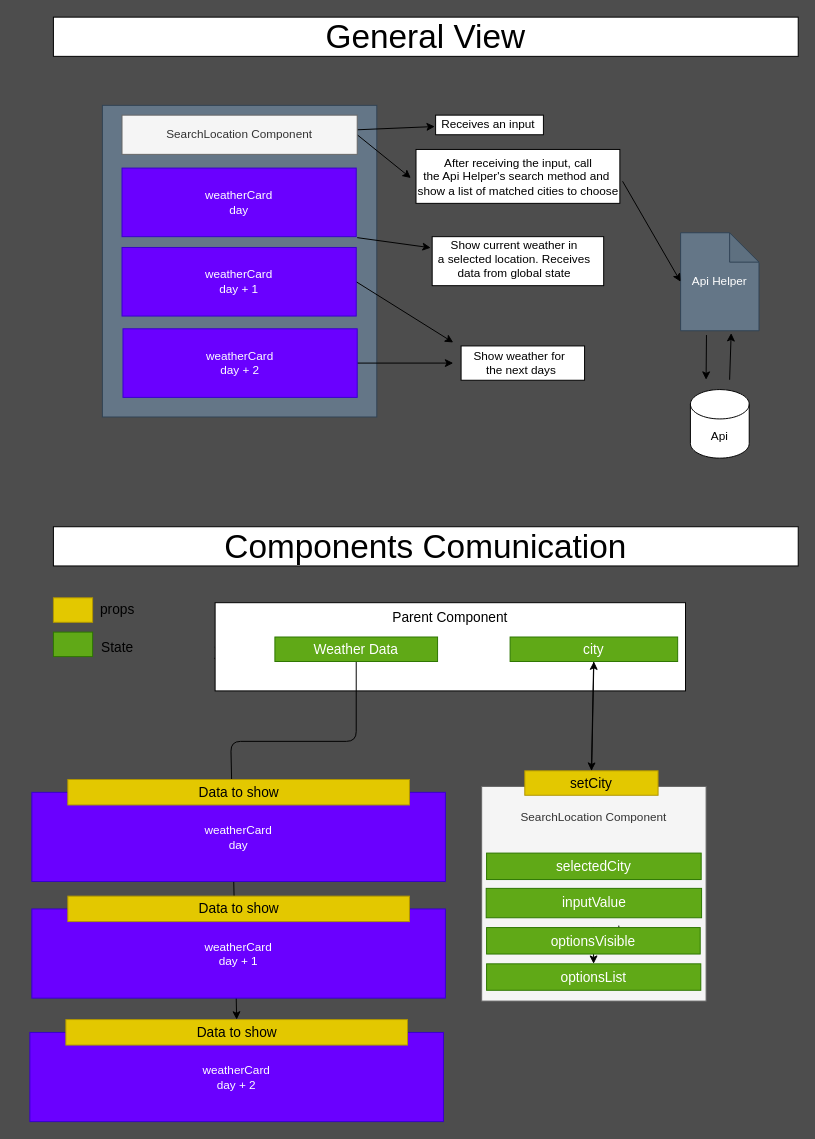
Before: documentation/flowchart.drawio in FelipeAnony/weather.io, a draw.io diagram. Source tidied: cells renumbered, new cells numbered last; positions are measured from the earlier drawing's top-left corner, leaving out a move shared by most shapes. Both pictures are drawn from the tidied source at 98%, with x=0, y=0 at pixel (29, 17).
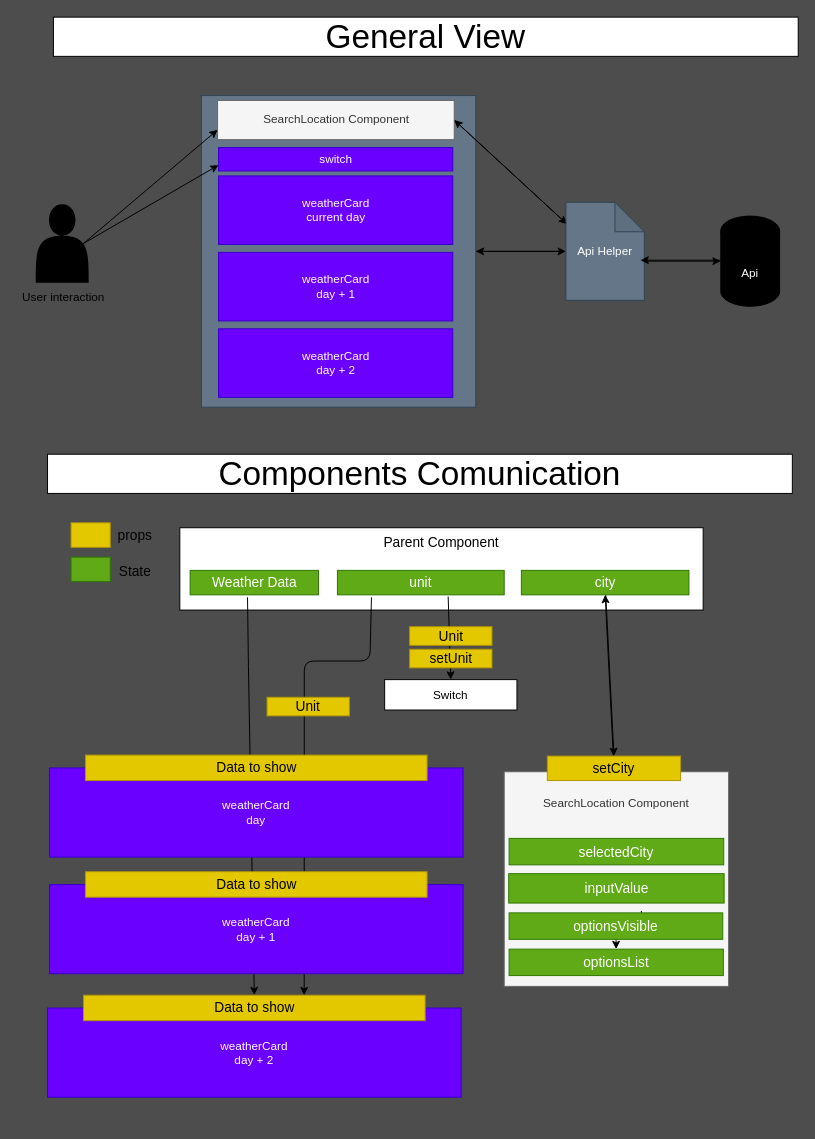
The same diagram, later.

Unchanged cells that the change refers to:
```xml
<mxCell id="50" value="Data to show" style="rounded=0;whiteSpace=wrap;html=1;fontSize=14;fillColor=#e3c800;fontColor=#000000;strokeColor=#B09500;rotation=0;" parent="49" vertex="1">
  <mxGeometry x="36.7" y="-13.1" width="348.6" height="26" as="geometry" />
</mxCell>
```

What changed in the source:
```diff
@@
-    <mxCell id="2" style="rounded=0;whiteSpace=wrap;html=1;" parent="1" vertex="1">
-      <mxGeometry x="440" y="335.5" width="126" height="35" as="geometry" />
-    </mxCell>
-    <mxCell id="3" style="rounded=0;whiteSpace=wrap;html=1;" parent="1" vertex="1">
-      <mxGeometry x="410.5" y="224" width="175" height="50" as="geometry" />
-    </mxCell>
-    <mxCell id="4" style="rounded=0;whiteSpace=wrap;html=1;" parent="1" vertex="1">
-      <mxGeometry x="414" y="100" width="110" height="20" as="geometry" />
-    </mxCell>
-    <mxCell id="5" style="rounded=0;whiteSpace=wrap;html=1;" parent="1" vertex="1">
-      <mxGeometry x="394" y="135" width="208" height="55" as="geometry" />
-    </mxCell>
+    <mxCell id="52" style="edgeStyle=none;html=1;" parent="1" edge="1" source="6" target="12">
+      <mxGeometry relative="1" as="geometry" />
+    </mxCell>
     <mxCell id="6" style="rounded=0;whiteSpace=wrap;html=1;spacingBottom=0;fillColor=#647687;strokeColor=#314354;fontColor=#ffffff;" parent="1" vertex="1">
-      <mxGeometry x="74" y="90" width="280" height="318" as="geometry" />
+      <mxGeometry x="175" y="80" width="280" height="318" as="geometry" />
     </mxCell>
-    <mxCell id="7" style="edgeStyle=none;html=1;entryX=-0.007;entryY=0.58;entryDx=0;entryDy=0;entryPerimeter=0;" parent="1" edge="1" source="9" target="13">
-      <mxGeometry relative="1" as="geometry" />
-    </mxCell>
-    <mxCell id="8" style="edgeStyle=none;html=1;exitX=1;exitY=0.5;exitDx=0;exitDy=0;entryX=-0.006;entryY=0.536;entryDx=0;entryDy=0;entryPerimeter=0;" parent="1" edge="1" source="9" target="18">
-      <mxGeometry relative="1" as="geometry" />
-    </mxCell>
+    <mxCell id="53" style="edgeStyle=none;html=1;entryX=0.013;entryY=0.222;entryDx=0;entryDy=0;entryPerimeter=0;exitX=1;exitY=0.5;exitDx=0;exitDy=0;" parent="1" edge="1" source="9" target="12">
+      <mxGeometry relative="1" as="geometry" />
+    </mxCell>
     <mxCell id="9" value="SearchLocation Component" style="rounded=0;whiteSpace=wrap;html=1;fillColor=#f5f5f5;strokeColor=#666666;fontColor=#333333;" parent="1" vertex="1">
-      <mxGeometry x="94" y="100" width="240" height="40" as="geometry" />
+      <mxGeometry x="191.5" y="85" width="241.5" height="40" as="geometry" />
     </mxCell>
-    <mxCell id="10" style="edgeStyle=none;html=1;exitX=1;exitY=0.5;exitDx=0;exitDy=0;" parent="1" edge="1" target="14">
-      <mxGeometry relative="1" as="geometry">
-        <mxPoint x="334" y="225" as="sourcePoint" />
-      </mxGeometry>
-    </mxCell>
-    <mxCell id="11" style="edgeStyle=none;html=1;exitX=0.33;exitY=1.044;exitDx=0;exitDy=0;exitPerimeter=0;" parent="1" edge="1" source="12">
+    <mxCell id="11" style="edgeStyle=none;html=1;entryX=0;entryY=0.5;entryDx=0;entryDy=0;entryPerimeter=0;" parent="1" edge="1" target="19">
       <mxGeometry relative="1" as="geometry">
-        <mxPoint x="690" y="370" as="targetPoint" />
+        <mxPoint x="628" y="249" as="sourcePoint" />
       </mxGeometry>
     </mxCell>
+    <mxCell id="54" style="edgeStyle=none;html=1;entryX=1;entryY=0.5;entryDx=0;entryDy=0;" parent="1" edge="1" target="6">
+      <mxGeometry relative="1" as="geometry">
+        <mxPoint x="543" y="239" as="sourcePoint" />
+      </mxGeometry>
+    </mxCell>
+    <mxCell id="55" style="edgeStyle=none;html=1;entryX=1;entryY=0.5;entryDx=0;entryDy=0;exitX=0.025;exitY=0.23;exitDx=0;exitDy=0;exitPerimeter=0;" parent="1" edge="1" source="12" target="9">
+      <mxGeometry relative="1" as="geometry" />
+    </mxCell>
     <mxCell id="12" value="Api Helper" style="shape=note;whiteSpace=wrap;html=1;backgroundOutline=1;darkOpacity=0.05;fillColor=#647687;fontColor=#ffffff;strokeColor=#314354;" parent="1" vertex="1">
-      <mxGeometry x="664" y="220" width="80" height="100" as="geometry" />
+      <mxGeometry x="547" y="189" width="80" height="100" as="geometry" />
     </mxCell>
-    <mxCell id="13" value="Receives an input&amp;nbsp;" style="text;html=1;align=center;verticalAlign=middle;points=[];strokeColor=none;fillColor=none;" parent="1" vertex="1">
-      <mxGeometry x="414" y="100" width="110" height="20" as="geometry" />
-    </mxCell>
-    <mxCell id="14" value="Show current weather in &lt;br&gt;a selected&amp;nbsp;location. Receives&lt;br&gt;data from global state" style="text;html=1;align=center;verticalAlign=middle;points=[];strokeColor=none;fillColor=none;" parent="1" vertex="1">
-      <mxGeometry x="409" y="222" width="170" height="50" as="geometry" />
-    </mxCell>
-    <mxCell id="15" style="edgeStyle=none;html=1;" parent="1" edge="1" source="46">
-      <mxGeometry relative="1" as="geometry">
-        <mxPoint x="432" y="353" as="targetPoint" />
-      </mxGeometry>
-    </mxCell>
-    <mxCell id="16" value="Show weather for&amp;nbsp;&lt;br&gt;the next days" style="text;html=1;align=center;verticalAlign=middle;strokeColor=none;fillColor=none;" parent="1" vertex="1">
-      <mxGeometry x="446" y="338" width="110" height="30" as="geometry" />
-    </mxCell>
-    <mxCell id="17" style="edgeStyle=none;html=1;entryX=0;entryY=0.5;entryDx=0;entryDy=0;entryPerimeter=0;exitX=0.999;exitY=0.608;exitDx=0;exitDy=0;exitPerimeter=0;" parent="1" edge="1" source="18" target="12">
-      <mxGeometry relative="1" as="geometry" />
-    </mxCell>
-    <mxCell id="18" value="After receiving the input, call &lt;br&gt;the Api Helper's search method and&amp;nbsp;&lt;br&gt;show a list of matched cities to choose" style="text;html=1;align=center;verticalAlign=middle;points=[];strokeColor=none;fillColor=none;" parent="1" vertex="1">
-      <mxGeometry x="390" y="139.5" width="215" height="46" as="geometry" />
-    </mxCell>
-    <mxCell id="19" value="Api" style="shape=cylinder3;whiteSpace=wrap;html=1;boundedLbl=1;backgroundOutline=1;size=15;" parent="1" vertex="1">
-      <mxGeometry x="674" y="380" width="60" height="70" as="geometry" />
+    <mxCell id="19" value="Api" style="shape=cylinder3;whiteSpace=wrap;html=1;boundedLbl=1;backgroundOutline=1;size=15;fillColor=#000000;fontColor=#FFFFFF;" parent="1" vertex="1">
+      <mxGeometry x="705" y="203" width="60" height="92" as="geometry" />
     </mxCell>
-    <mxCell id="20" style="edgeStyle=none;html=1;entryX=0.645;entryY=1.024;entryDx=0;entryDy=0;entryPerimeter=0;" parent="1" edge="1" target="12">
+    <mxCell id="20" style="edgeStyle=none;html=1;exitX=0;exitY=0;exitDx=0;exitDy=45;exitPerimeter=0;" parent="1" edge="1" source="19">
       <mxGeometry relative="1" as="geometry">
-        <mxPoint x="714" y="370" as="sourcePoint" />
+        <mxPoint x="623" y="248" as="targetPoint" />
       </mxGeometry>
     </mxCell>
@@
     <mxCell id="22" value="Components Comunication" style="rounded=0;whiteSpace=wrap;html=1;fontSize=34;" parent="1" vertex="1">
-      <mxGeometry x="24" y="520" width="760" height="40" as="geometry" />
+      <mxGeometry x="18" y="446" width="760" height="40" as="geometry" />
     </mxCell>
     <mxCell id="23" value="SearchLocation Component" style="rounded=0;whiteSpace=wrap;html=1;fillColor=#f5f5f5;strokeColor=#666666;fontColor=#333333;horizontal=1;verticalAlign=top;labelPosition=center;verticalLabelPosition=middle;align=center;spacingTop=18;" parent="1" vertex="1">
-      <mxGeometry x="461" y="785" width="229" height="219" as="geometry" />
+      <mxGeometry x="484" y="770" width="229" height="219" as="geometry" />
     </mxCell>
     <mxCell id="24" style="rounded=0;whiteSpace=wrap;html=1;fontSize=14;fillColor=#e3c800;fontColor=#000000;strokeColor=#B09500;" parent="1" vertex="1">
-      <mxGeometry x="24" y="592.5" width="40" height="25" as="geometry" />
+      <mxGeometry x="42" y="516" width="40" height="25" as="geometry" />
     </mxCell>
     <mxCell id="25" value="props" style="text;html=1;align=center;verticalAlign=middle;strokeColor=none;fillColor=none;fontSize=14;" parent="1" vertex="1">
-      <mxGeometry x="64" y="595" width="50" height="20" as="geometry" />
+      <mxGeometry x="82" y="518.5" width="50" height="20" as="geometry" />
     </mxCell>
     <mxCell id="26" style="rounded=0;whiteSpace=wrap;html=1;fontSize=34;fillColor=#60a917;strokeColor=#2D7600;fontColor=#ffffff;" parent="1" vertex="1">
-      <mxGeometry x="24" y="627.5" width="40" height="25" as="geometry" />
+      <mxGeometry x="42" y="551" width="40" height="25" as="geometry" />
     </mxCell>
     <mxCell id="27" value="State" style="text;html=1;align=center;verticalAlign=middle;strokeColor=none;fillColor=none;fontSize=14;" parent="1" vertex="1">
-      <mxGeometry x="64" y="632.5" width="50" height="20" as="geometry" />
+      <mxGeometry x="82" y="556" width="50" height="20" as="geometry" />
     </mxCell>
     <mxCell id="28" style="edgeStyle=none;html=1;exitX=0;exitY=0.5;exitDx=0;exitDy=0;fontSize=14;" parent="1" edge="1" source="29">
       <mxGeometry relative="1" as="geometry">
-        <mxPoint x="194" y="661" as="targetPoint" />
+        <mxPoint x="212" y="584.5" as="targetPoint" />
       </mxGeometry>
     </mxCell>
     <mxCell id="29" value="Parent Component" style="rounded=0;whiteSpace=wrap;html=1;fontSize=14;verticalAlign=top;" parent="1" vertex="1">
-      <mxGeometry x="189" y="597.5" width="480" height="90" as="geometry" />
+      <mxGeometry x="153" y="521" width="534" height="84" as="geometry" />
     </mxCell>
-    <mxCell id="30" style="edgeStyle=none;html=1;exitX=0.5;exitY=1;exitDx=0;exitDy=0;entryX=0.5;entryY=0;entryDx=0;entryDy=0;" parent="1" edge="1" source="31" target="50">
+    <mxCell id="30" style="edgeStyle=none;html=1;exitX=0.447;exitY=1.1;exitDx=0;exitDy=0;entryX=0.5;entryY=0;entryDx=0;entryDy=0;exitPerimeter=0;" parent="1" edge="1" source="31" target="50">
       <mxGeometry relative="1" as="geometry">
         <Array as="points">
-          <mxPoint x="333" y="739" />
-          <mxPoint x="205" y="739" />
+          <mxPoint x="223" y="662.5" />
         </Array>
       </mxGeometry>
     </mxCell>
     <mxCell id="31" value="Weather Data" style="rounded=0;whiteSpace=wrap;html=1;fontSize=14;fillColor=#60a917;strokeColor=#2D7600;fontColor=#ffffff;" parent="1" vertex="1">
-      <mxGeometry x="250" y="632.5" width="166" height="25" as="geometry" />
+      <mxGeometry x="163.5" y="564.5" width="131" height="25" as="geometry" />
     </mxCell>
@@
     <mxCell id="33" value="inputValue" style="rounded=0;whiteSpace=wrap;html=1;fontSize=14;fillColor=#60a917;strokeColor=#2D7600;fontColor=#ffffff;" parent="1" vertex="1">
-      <mxGeometry x="465.6" y="889" width="219.8" height="30" as="geometry" />
+      <mxGeometry x="488.6" y="874" width="219.8" height="30" as="geometry" />
     </mxCell>
-    <mxCell id="34" value="weatherCard&lt;br&gt;day" style="rounded=0;whiteSpace=wrap;html=1;fillColor=#6a00ff;fontColor=#ffffff;strokeColor=#3700CC;" parent="1" vertex="1">
-      <mxGeometry x="2" y="791" width="422" height="91" as="geometry" />
-    </mxCell>
-    <mxCell id="35" value="Data to show" style="rounded=0;whiteSpace=wrap;html=1;fontSize=14;fillColor=#e3c800;fontColor=#000000;strokeColor=#B09500;rotation=0;" parent="34" vertex="1">
-      <mxGeometry x="36.7" y="-13.1" width="348.6" height="26" as="geometry" />
-    </mxCell>
@@
     <mxCell id="37" value="setCity" style="rounded=0;whiteSpace=wrap;html=1;fontSize=14;fillColor=#e3c800;fontColor=#000000;strokeColor=#B09500;" parent="1" vertex="1">
-      <mxGeometry x="505" y="769" width="136" height="25" as="geometry" />
+      <mxGeometry x="528" y="754" width="136" height="25" as="geometry" />
     </mxCell>
     <mxCell id="38" style="edgeStyle=none;html=1;" parent="1" edge="1">
       <mxGeometry relative="1" as="geometry">
-        <mxPoint x="600.9" y="927" as="sourcePoint" />
-        <mxPoint x="602.3" y="946" as="targetPoint" />
+        <mxPoint x="623.9" y="912" as="sourcePoint" />
+        <mxPoint x="625.3" y="931" as="targetPoint" />
       </mxGeometry>
     </mxCell>
-    <mxCell id="39" value="weatherCard&lt;br&gt;day" style="rounded=0;whiteSpace=wrap;html=1;fillColor=#6a00ff;fontColor=#ffffff;strokeColor=#3700CC;" parent="1" vertex="1">
-      <mxGeometry x="94" y="154" width="239" height="70" as="geometry" />
+    <mxCell id="39" value="weatherCard&lt;br&gt;current day" style="rounded=0;whiteSpace=wrap;html=1;fillColor=#6a00ff;fontColor=#ffffff;strokeColor=#3700CC;" parent="1" vertex="1">
+      <mxGeometry x="192.5" y="162" width="239" height="70" as="geometry" />
     </mxCell>
@@
     <mxCell id="41" value="city" style="rounded=0;whiteSpace=wrap;html=1;fontSize=14;fillColor=#60a917;strokeColor=#2D7600;fontColor=#ffffff;" parent="1" vertex="1">
-      <mxGeometry x="490" y="632.5" width="171" height="25" as="geometry" />
+      <mxGeometry x="501.5" y="564.5" width="171" height="25" as="geometry" />
     </mxCell>
     <mxCell id="42" value="selectedCity" style="rounded=0;whiteSpace=wrap;html=1;fontSize=14;fillColor=#60a917;strokeColor=#2D7600;fontColor=#ffffff;" parent="1" vertex="1">
-      <mxGeometry x="466" y="853" width="219" height="27" as="geometry" />
+      <mxGeometry x="489" y="838" width="219" height="27" as="geometry" />
     </mxCell>
     <mxCell id="43" value="optionsList" style="rounded=0;whiteSpace=wrap;html=1;fontSize=14;fillColor=#60a917;strokeColor=#2D7600;fontColor=#ffffff;" parent="1" vertex="1">
-      <mxGeometry x="466" y="966" width="218.6" height="27" as="geometry" />
+      <mxGeometry x="489" y="951" width="218.6" height="27" as="geometry" />
     </mxCell>
-    <mxCell id="44" style="edgeStyle=none;html=1;exitX=1;exitY=0.5;exitDx=0;exitDy=0;" parent="1" edge="1" source="45">
-      <mxGeometry relative="1" as="geometry">
-        <mxPoint x="432" y="332" as="targetPoint" />
-      </mxGeometry>
-    </mxCell>
     <mxCell id="45" value="weatherCard&lt;br&gt;day + 1" style="rounded=0;whiteSpace=wrap;html=1;fillColor=#6a00ff;fontColor=#ffffff;strokeColor=#3700CC;" parent="1" vertex="1">
-      <mxGeometry x="94" y="235" width="239" height="70" as="geometry" />
+      <mxGeometry x="192.5" y="240" width="239" height="70" as="geometry" />
     </mxCell>
     <mxCell id="46" value="weatherCard&lt;br&gt;day + 2" style="rounded=0;whiteSpace=wrap;html=1;fillColor=#6a00ff;fontColor=#ffffff;strokeColor=#3700CC;" parent="1" vertex="1">
-      <mxGeometry x="95" y="318" width="239" height="70" as="geometry" />
+      <mxGeometry x="192.5" y="318" width="239" height="70" as="geometry" />
     </mxCell>
-    <mxCell id="47" value="weatherCard&lt;br&gt;day + 1" style="rounded=0;whiteSpace=wrap;html=1;fillColor=#6a00ff;fontColor=#ffffff;strokeColor=#3700CC;" parent="1" vertex="1">
-      <mxGeometry x="2" y="910" width="422" height="91" as="geometry" />
-    </mxCell>
-    <mxCell id="48" value="Data to show" style="rounded=0;whiteSpace=wrap;html=1;fontSize=14;fillColor=#e3c800;fontColor=#000000;strokeColor=#B09500;rotation=0;" parent="47" vertex="1">
-      <mxGeometry x="36.7" y="-13.1" width="348.6" height="26" as="geometry" />
-    </mxCell>
     <mxCell id="49" value="weatherCard&lt;br&gt;day + 2" style="rounded=0;whiteSpace=wrap;html=1;fillColor=#6a00ff;fontColor=#ffffff;strokeColor=#3700CC;" parent="1" vertex="1">
-      <mxGeometry y="1036" width="422" height="91" as="geometry" />
+      <mxGeometry x="18" y="1011.1" width="422" height="91" as="geometry" />
     </mxCell>
@@
     <mxCell id="51" value="optionsVisible" style="rounded=0;whiteSpace=wrap;html=1;fontSize=14;fillColor=#60a917;strokeColor=#2D7600;fontColor=#ffffff;" parent="1" vertex="1">
-      <mxGeometry x="466" y="929" width="218" height="27" as="geometry" />
+      <mxGeometry x="489" y="914" width="218" height="27" as="geometry" />
     </mxCell>
+    <mxCell id="56" value="switch" style="rounded=0;whiteSpace=wrap;html=1;fillColor=#6a00ff;fontColor=#ffffff;strokeColor=#3700CC;" parent="1" vertex="1">
+      <mxGeometry x="192.5" y="133" width="239" height="24" as="geometry" />
+    </mxCell>
+    <mxCell id="57" style="edgeStyle=none;html=1;entryX=0;entryY=0.75;entryDx=0;entryDy=0;exitX=0.9;exitY=0.5;exitDx=0;exitDy=0;exitPerimeter=0;" parent="1" edge="1" source="59" target="9">
+      <mxGeometry relative="1" as="geometry" />
+    </mxCell>
+    <mxCell id="58" style="edgeStyle=none;html=1;entryX=0;entryY=0.75;entryDx=0;entryDy=0;exitX=0.9;exitY=0.5;exitDx=0;exitDy=0;exitPerimeter=0;" parent="1" edge="1" source="59" target="56">
+      <mxGeometry relative="1" as="geometry" />
+    </mxCell>
+    <mxCell id="59" style="shape=actor;whiteSpace=wrap;html=1;fillColor=#000000;fontColor=#ffffff;strokeColor=none;" parent="1" vertex="1">
+      <mxGeometry x="6" y="191" width="54" height="80" as="geometry" />
+    </mxCell>
+    <mxCell id="60" value="User interaction" style="text;html=1;align=center;verticalAlign=middle;strokeColor=none;fillColor=none;" parent="1" vertex="1">
+      <mxGeometry x="-13" y="277" width="94" height="18" as="geometry" />
+    </mxCell>
+    <mxCell id="61" style="edgeStyle=none;html=1;exitX=0.664;exitY=1.068;exitDx=0;exitDy=0;entryX=0.5;entryY=0;entryDx=0;entryDy=0;exitPerimeter=0;" parent="1" edge="1" source="62" target="63">
+      <mxGeometry relative="1" as="geometry" />
+    </mxCell>
+    <mxCell id="62" value="unit" style="rounded=0;whiteSpace=wrap;html=1;fontSize=14;fillColor=#60a917;strokeColor=#2D7600;fontColor=#ffffff;" parent="1" vertex="1">
+      <mxGeometry x="313.8" y="564.5" width="170.2" height="25" as="geometry" />
+    </mxCell>
+    <mxCell id="63" value="Switch" style="whiteSpace=wrap;html=1;" parent="1" vertex="1">
+      <mxGeometry x="362" y="676" width="135" height="31" as="geometry" />
+    </mxCell>
+    <mxCell id="64" value="setUnit" style="rounded=0;whiteSpace=wrap;html=1;fontSize=14;fillColor=#e3c800;fontColor=#000000;strokeColor=#B09500;" parent="1" vertex="1">
+      <mxGeometry x="387.5" y="645" width="84" height="19" as="geometry" />
+    </mxCell>
+    <mxCell id="65" style="edgeStyle=none;html=1;entryX=0.646;entryY=0.003;entryDx=0;entryDy=0;entryPerimeter=0;exitX=0.204;exitY=1.1;exitDx=0;exitDy=0;exitPerimeter=0;" parent="1" edge="1" source="62" target="50">
+      <mxGeometry relative="1" as="geometry">
+        <Array as="points">
+          <mxPoint x="347" y="657" />
+          <mxPoint x="280" y="657" />
+        </Array>
+      </mxGeometry>
+    </mxCell>
+    <mxCell id="66" value="Unit" style="rounded=0;whiteSpace=wrap;html=1;fontSize=14;fillColor=#e3c800;fontColor=#000000;strokeColor=#B09500;horizontal=1;" parent="1" vertex="1">
+      <mxGeometry x="242" y="694" width="84" height="19" as="geometry" />
+    </mxCell>
+    <mxCell id="67" value="Unit" style="rounded=0;whiteSpace=wrap;html=1;fontSize=14;fillColor=#e3c800;fontColor=#000000;strokeColor=#B09500;horizontal=1;" parent="1" vertex="1">
+      <mxGeometry x="387.5" y="622" width="84" height="19" as="geometry" />
+    </mxCell>
+    <mxCell id="34" value="weatherCard&lt;br&gt;day" style="rounded=0;whiteSpace=wrap;html=1;fillColor=#6a00ff;fontColor=#ffffff;strokeColor=#3700CC;" parent="1" vertex="1">
+      <mxGeometry x="20" y="766.1" width="422" height="91" as="geometry" />
+    </mxCell>
+    <mxCell id="35" value="Data to show" style="rounded=0;whiteSpace=wrap;html=1;fontSize=14;fillColor=#e3c800;fontColor=#000000;strokeColor=#B09500;rotation=0;" parent="34" vertex="1">
+      <mxGeometry x="36.7" y="-13.1" width="348.6" height="26" as="geometry" />
+    </mxCell>
+    <mxCell id="47" value="weatherCard&lt;br&gt;day + 1" style="rounded=0;whiteSpace=wrap;html=1;fillColor=#6a00ff;fontColor=#ffffff;strokeColor=#3700CC;" parent="1" vertex="1">
+      <mxGeometry x="20" y="885.1" width="422" height="91" as="geometry" />
+    </mxCell>
+    <mxCell id="48" value="Data to show" style="rounded=0;whiteSpace=wrap;html=1;fontSize=14;fillColor=#e3c800;fontColor=#000000;strokeColor=#B09500;rotation=0;" parent="47" vertex="1">
+      <mxGeometry x="36.7" y="-13.1" width="348.6" height="26" as="geometry" />
+    </mxCell>
```
